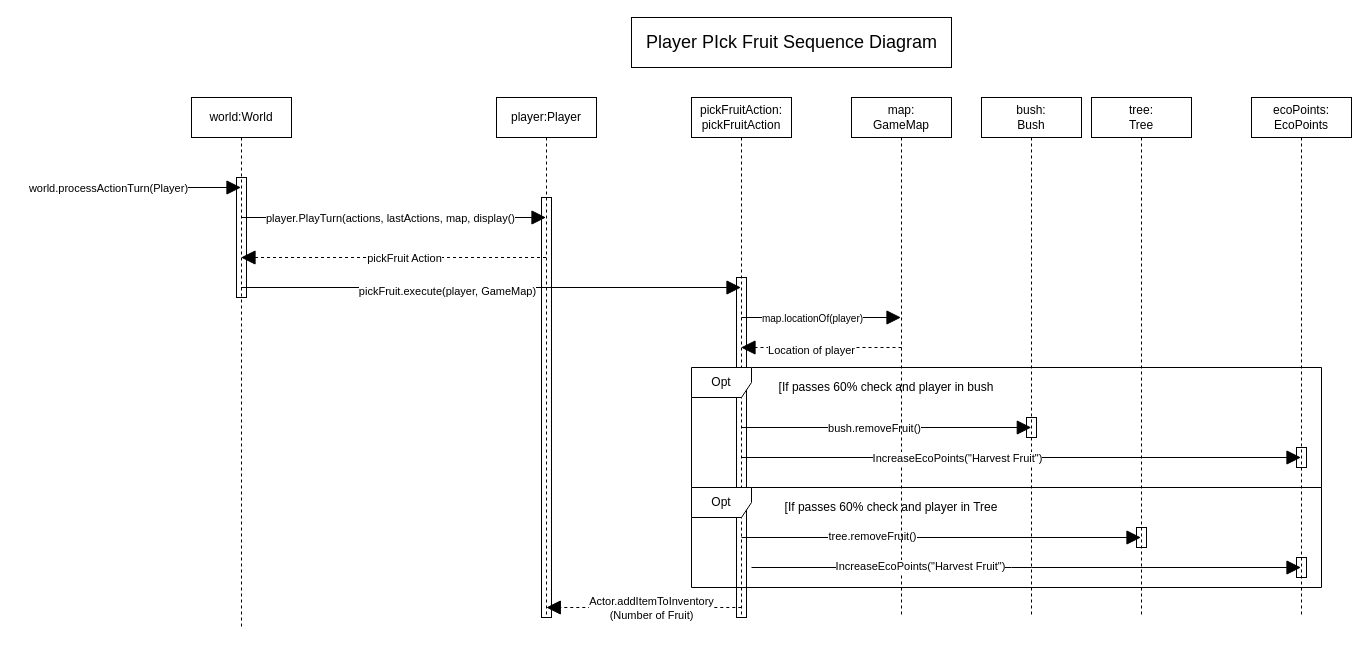
The draw.io diagram Assignment 2 diagrams/diagram_src/seq/PlayerPickFruit Sequence Diagram.drawio in Dax246/FIT2099, before the edit. Source tidied: cells renumbered, new cells numbered last; positions are measured from the earlier drawing's top-left corner, leaving out a move shared by most shapes. Both pictures are drawn from the tidied source at 100%, with x=0, y=0 at pixel (41, 17).
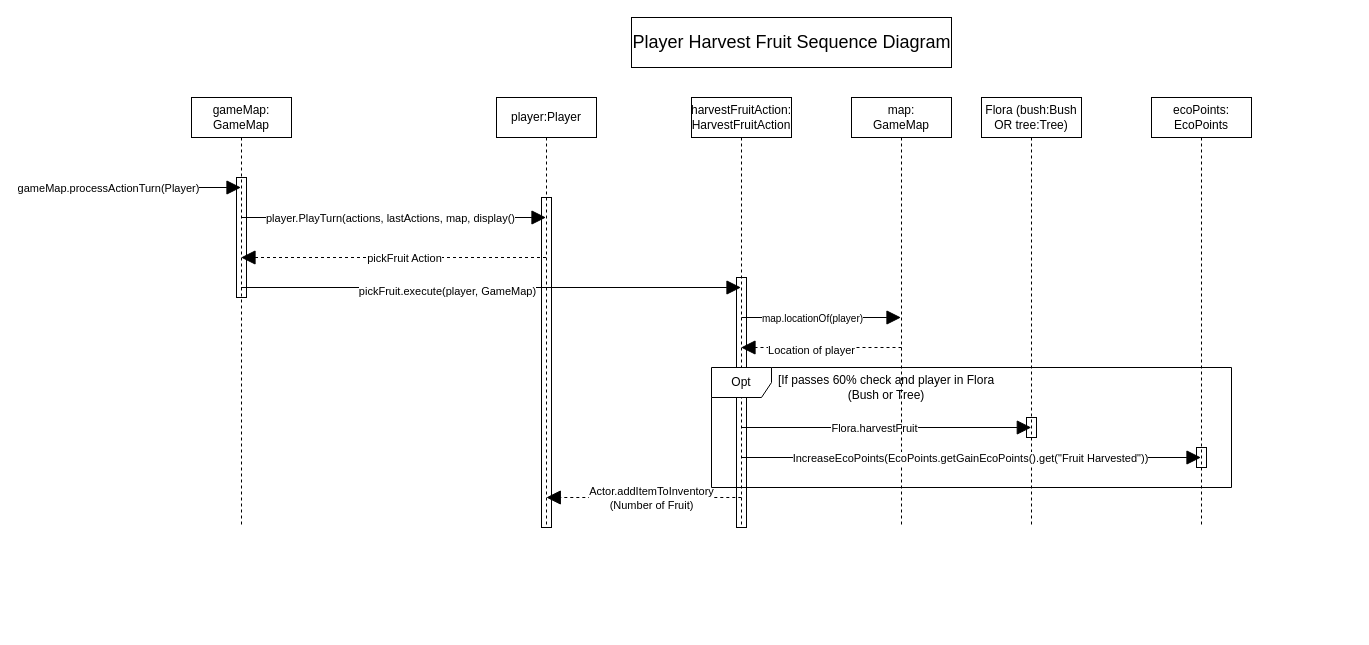
The same page after the edit.

The change refers to these unchanged cells:
```xml
<mxCell id="8" style="endArrow=block;endFill=1;endSize=12;html=1;" parent="1" edge="1" target="2">
  <mxGeometry relative="1" as="geometry">
    <mxPoint y="170" as="sourcePoint" />
  </mxGeometry>
</mxCell>
<mxCell id="24" style="endArrow=block;endFill=1;endSize=12;html=1;snapToPoint=1;" parent="1" edge="1">
  <mxGeometry relative="1" as="geometry">
    <mxPoint x="700.2" y="410" as="sourcePoint" />
    <mxPoint x="989.8" y="410" as="targetPoint" />
  </mxGeometry>
</mxCell>
<mxCell id="38" style="endArrow=block;endFill=1;endSize=12;html=1;" parent="1" edge="1" target="35">
  <mxGeometry relative="1" as="geometry">
    <mxPoint x="700" y="440" as="sourcePoint" />
  </mxGeometry>
</mxCell>
```

Diff of the diagram source:
```diff
@@
-    <mxCell id="2" value="world:World" style="shape=umlLifeline;perimeter=lifelinePerimeter;whiteSpace=wrap;html=1;outlineConnect=0;" parent="1" vertex="1">
-      <mxGeometry x="150" y="80" width="100" height="530" as="geometry" />
+    <mxCell id="2" value="gameMap:&lt;br&gt;GameMap" style="shape=umlLifeline;perimeter=lifelinePerimeter;whiteSpace=wrap;html=1;outlineConnect=0;" parent="1" vertex="1">
+      <mxGeometry x="150" y="80" width="100" height="430" as="geometry" />
     </mxCell>
@@
     <mxCell id="6" value="player:Player" style="shape=umlLifeline;perimeter=lifelinePerimeter;whiteSpace=wrap;html=1;outlineConnect=0;" parent="1" vertex="1">
-      <mxGeometry x="455" y="80" width="100" height="520" as="geometry" />
+      <mxGeometry x="455" y="80" width="100" height="430" as="geometry" />
     </mxCell>
     <mxCell id="7" style="html=1;perimeter=orthogonalPerimeter;fillColor=none;" parent="6" vertex="1">
-      <mxGeometry x="45" y="100" width="10" height="420" as="geometry" />
+      <mxGeometry x="45" y="100" width="10" height="330" as="geometry" />
     </mxCell>
@@
-    <mxCell id="9" value="world.processActionTurn(Player)" style="edgeLabel;html=1;align=center;verticalAlign=middle;" parent="8" vertex="1">
+    <mxCell id="9" value="gameMap.processActionTurn(Player)" style="edgeLabel;html=1;align=center;verticalAlign=middle;" parent="8" vertex="1">
       <mxGeometry x="-0.58" relative="1" as="geometry">
         <mxPoint x="24" as="offset" />
       </mxGeometry>
     </mxCell>
@@
-    <mxCell id="12" value="bush:&lt;br&gt;Bush" style="shape=umlLifeline;perimeter=lifelinePerimeter;whiteSpace=wrap;html=1;" parent="1" vertex="1">
-      <mxGeometry x="940" y="80" width="100" height="520" as="geometry" />
+    <mxCell id="12" value="Flora (bush:Bush OR tree:Tree)" style="shape=umlLifeline;perimeter=lifelinePerimeter;whiteSpace=wrap;html=1;" parent="1" vertex="1">
+      <mxGeometry x="940" y="80" width="100" height="430" as="geometry" />
     </mxCell>
-    <mxCell id="13" value="tree:&lt;br&gt;Tree" style="shape=umlLifeline;perimeter=lifelinePerimeter;whiteSpace=wrap;html=1;" parent="1" vertex="1">
-      <mxGeometry x="1050" y="80" width="100" height="520" as="geometry" />
-    </mxCell>
-    <mxCell id="14" value="pickFruitAction:&lt;br&gt;pickFruitAction" style="shape=umlLifeline;perimeter=lifelinePerimeter;whiteSpace=wrap;html=1;outlineConnect=0;" parent="1" vertex="1">
-      <mxGeometry x="650" y="80" width="100" height="520" as="geometry" />
+    <mxCell id="14" value="harvestFruitAction:&lt;br&gt;HarvestFruitAction" style="shape=umlLifeline;perimeter=lifelinePerimeter;whiteSpace=wrap;html=1;outlineConnect=0;" parent="1" vertex="1">
+      <mxGeometry x="650" y="80" width="100" height="430" as="geometry" />
     </mxCell>
@@
-    <mxCell id="17" style="endArrow=block;endFill=1;endSize=12;html=1;" parent="14" edge="1">
-      <mxGeometry relative="1" as="geometry">
-        <mxPoint x="50" y="440" as="sourcePoint" />
-        <mxPoint x="449.5" y="440" as="targetPoint" />
-      </mxGeometry>
-    </mxCell>
-    <mxCell id="18" value="tree.removeFruit()" style="edgeLabel;html=1;align=center;verticalAlign=middle;" parent="17" vertex="1">
-      <mxGeometry x="-0.61" y="2" relative="1" as="geometry">
-        <mxPoint x="52" as="offset" />
-      </mxGeometry>
-    </mxCell>
     <mxCell id="19" style="html=1;perimeter=orthogonalPerimeter;fillColor=none;" parent="14" vertex="1">
-      <mxGeometry x="45" y="180" width="10" height="340" as="geometry" />
+      <mxGeometry x="45" y="180" width="10" height="250" as="geometry" />
     </mxCell>
     <mxCell id="20" style="endArrow=block;dashed=1;endFill=1;endSize=12;html=1;snapToPoint=0;" parent="1" edge="1">
       <mxGeometry relative="1" as="geometry">
-        <mxPoint x="699.8" y="590" as="sourcePoint" />
-        <mxPoint x="504.8" y="590" as="targetPoint" />
+        <mxPoint x="699.8" y="480" as="sourcePoint" />
+        <mxPoint x="504.8" y="480" as="targetPoint" />
       </mxGeometry>
     </mxCell>
@@
-    <mxCell id="25" value="bush.removeFruit()" style="edgeLabel;html=1;align=center;verticalAlign=middle;" parent="24" vertex="1">
+    <mxCell id="25" value="Flora.harvestFruit" style="edgeLabel;html=1;align=center;verticalAlign=middle;" parent="24" vertex="1">
       <mxGeometry x="-0.43" y="-1" relative="1" as="geometry">
         <mxPoint x="49" y="-1" as="offset" />
       </mxGeometry>
     </mxCell>
     <mxCell id="26" value="map:&lt;br&gt;GameMap" style="shape=umlLifeline;perimeter=lifelinePerimeter;whiteSpace=wrap;html=1;outlineConnect=0;" parent="1" vertex="1">
-      <mxGeometry x="810" y="80" width="100" height="520" as="geometry" />
+      <mxGeometry x="810" y="80" width="100" height="430" as="geometry" />
     </mxCell>
@@
     <mxCell id="29" value="Opt" style="shape=umlFrame;whiteSpace=wrap;html=1;" parent="1" vertex="1">
-      <mxGeometry x="650" y="350" width="630" height="120" as="geometry" />
+      <mxGeometry x="670" y="350" width="520" height="120" as="geometry" />
     </mxCell>
-    <mxCell id="30" value="[If passes 60% check and player in bush" style="text;html=1;strokeColor=none;fillColor=none;align=center;verticalAlign=middle;whiteSpace=wrap;rounded=0;" parent="1" vertex="1">
+    <mxCell id="30" value="[If passes 60% check and player in Flora (Bush or Tree)" style="text;html=1;strokeColor=none;fillColor=none;align=center;verticalAlign=middle;whiteSpace=wrap;rounded=0;" parent="1" vertex="1">
       <mxGeometry x="730" y="360" width="230" height="20" as="geometry" />
     </mxCell>
-    <mxCell id="31" value="Opt" style="shape=umlFrame;whiteSpace=wrap;html=1;" parent="1" vertex="1">
-      <mxGeometry x="650" y="470" width="630" height="100" as="geometry" />
-    </mxCell>
-    <mxCell id="32" value="[If passes 60% check and player in Tree" style="text;html=1;strokeColor=none;fillColor=none;align=center;verticalAlign=middle;whiteSpace=wrap;rounded=0;" parent="1" vertex="1">
-      <mxGeometry x="730" y="480" width="240" height="20" as="geometry" />
-    </mxCell>
@@
-    <mxCell id="34" style="html=1;perimeter=orthogonalPerimeter;fillColor=none;" parent="1" vertex="1">
-      <mxGeometry x="1095" y="510" width="10" height="20" as="geometry" />
-    </mxCell>
     <mxCell id="35" value="ecoPoints:&lt;br&gt;EcoPoints" style="shape=umlLifeline;perimeter=lifelinePerimeter;whiteSpace=wrap;html=1;outlineConnect=0;" parent="1" vertex="1">
-      <mxGeometry x="1210" y="80" width="100" height="520" as="geometry" />
+      <mxGeometry x="1110" y="80" width="100" height="430" as="geometry" />
     </mxCell>
@@
-    <mxCell id="37" style="html=1;perimeter=orthogonalPerimeter;fillColor=none;" parent="35" vertex="1">
-      <mxGeometry x="45" y="460" width="10" height="20" as="geometry" />
-    </mxCell>
@@
-    <mxCell id="39" value="IncreaseEcoPoints(&quot;Harvest Fruit&quot;)" style="edgeLabel;html=1;align=center;verticalAlign=middle;" parent="38" vertex="1">
-      <mxGeometry x="-0.23" relative="1" as="geometry" />
+    <mxCell id="39" value="IncreaseEcoPoints(EcoPoints.getGainEcoPoints().get(&quot;Fruit Harvested&quot;))" style="edgeLabel;html=1;align=center;verticalAlign=middle;" parent="38" vertex="1">
+      <mxGeometry x="-0.23" relative="1" as="geometry">
+        <mxPoint x="51" as="offset" />
+      </mxGeometry>
     </mxCell>
-    <mxCell id="40" style="endArrow=block;endFill=1;endSize=12;html=1;" parent="1" edge="1">
-      <mxGeometry relative="1" as="geometry">
-        <mxPoint x="710" y="550" as="sourcePoint" />
-        <mxPoint x="1259.5" y="550" as="targetPoint" />
-        <Array as="points">
-          <mxPoint x="980" y="550" />
-        </Array>
-      </mxGeometry>
-    </mxCell>
-    <mxCell id="41" value="IncreaseEcoPoints(&quot;Harvest Fruit&quot;)" style="edgeLabel;html=1;align=center;verticalAlign=middle;" parent="40" vertex="1">
-      <mxGeometry x="-0.39" y="2" relative="1" as="geometry" />
-    </mxCell>
-    <mxCell id="42" value="&lt;font style=&quot;font-size: 18px&quot;&gt;Player PIck Fruit Sequence Diagram&lt;/font&gt;" style="html=1;" parent="1" vertex="1">
+    <mxCell id="42" value="&lt;font style=&quot;font-size: 18px&quot;&gt;Player Harvest Fruit Sequence Diagram&lt;/font&gt;" style="html=1;" parent="1" vertex="1">
       <mxGeometry x="590" width="320" height="50" as="geometry" />
     </mxCell>
```
